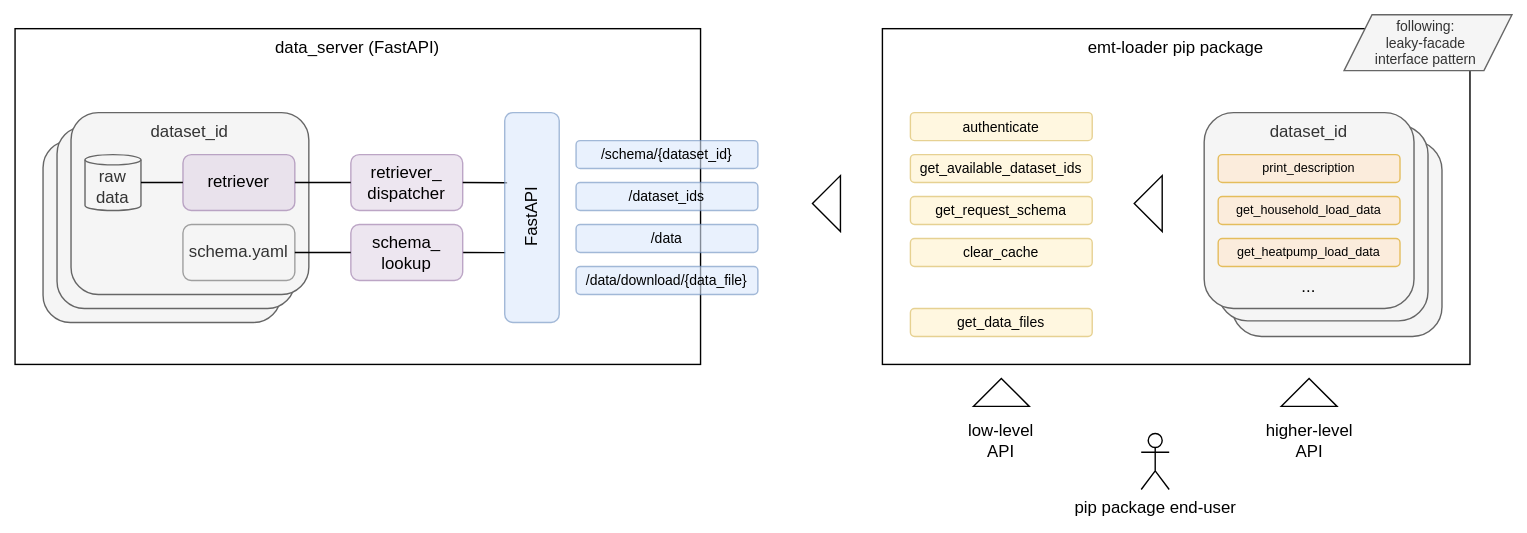
Above: others/system_overview_model.svg in plaume8/common-fetch (draw.io), before the change. Source tidied: cells renumbered, new cells last; positions are measured from the earlier drawing's top-left corner, leaving out a move shared by most shapes. Its diagram source:
```xml
<mxGraphModel>
  <root>
    <mxCell id="0" />
    <mxCell id="1" parent="0" />
    <mxCell id="2" value="emt-loader pip package" style="rounded=0;whiteSpace=wrap;html=1;verticalAlign=top;" parent="1" vertex="1">
      <mxGeometry x="620" y="10" width="420" height="240" as="geometry" />
    </mxCell>
    <mxCell id="3" value="data_server (FastAPI)" style="rounded=0;whiteSpace=wrap;html=1;verticalAlign=top;" parent="1" vertex="1">
      <mxGeometry y="10" width="490" height="240" as="geometry" />
    </mxCell>
    <mxCell id="4" style="rounded=1;whiteSpace=wrap;html=1;fillColor=#f5f5f5;strokeColor=#666666;fontColor=#333333;verticalAlign=top;" parent="1" vertex="1">
      <mxGeometry x="20" y="90" width="170" height="130" as="geometry" />
    </mxCell>
    <mxCell id="5" style="rounded=1;whiteSpace=wrap;html=1;fillColor=#f5f5f5;strokeColor=#666666;fontColor=#333333;verticalAlign=top;" parent="1" vertex="1">
      <mxGeometry x="30" y="80" width="170" height="130" as="geometry" />
    </mxCell>
    <mxCell id="6" value="&lt;div&gt;&lt;span style=&quot;background-color: transparent; color: light-dark(rgb(0, 0, 0), rgb(255, 255, 255));&quot;&gt;retriever_&lt;/span&gt;&lt;/div&gt;&lt;div&gt;dispatcher&lt;/div&gt;" style="rounded=1;whiteSpace=wrap;html=1;opacity=60;fillColor=#e1d5e7;strokeColor=#9673a6;" parent="1" vertex="1">
      <mxGeometry x="240" y="100" width="80" height="40" as="geometry" />
    </mxCell>
    <mxCell id="7" style="edgeStyle=orthogonalEdgeStyle;rounded=0;jettySize=auto;html=1;exitX=1;exitY=0.5;exitDx=0;exitDy=0;entryX=0.009;entryY=0.664;entryDx=0;entryDy=0;endArrow=none;startFill=0;entryPerimeter=0;" parent="1" edge="1" source="8" target="27">
      <mxGeometry relative="1" as="geometry" />
    </mxCell>
    <mxCell id="8" value="schema_&lt;div&gt;lookup&lt;/div&gt;" style="rounded=1;whiteSpace=wrap;html=1;opacity=60;fillColor=#e1d5e7;strokeColor=#9673a6;" parent="1" vertex="1">
      <mxGeometry x="240" y="150" width="80" height="40" as="geometry" />
    </mxCell>
    <mxCell id="9" value="get_request_schema" style="rounded=1;whiteSpace=wrap;html=1;fontSize=10;fillColor=#fff2cc;strokeColor=#d6b656;opacity=60;" parent="1" vertex="1">
      <mxGeometry x="640" y="130" width="130" height="20" as="geometry" />
    </mxCell>
    <mxCell id="10" value="following:&amp;nbsp;&lt;div&gt;leaky-facade&amp;nbsp;&lt;/div&gt;&lt;div&gt;interface pattern&amp;nbsp;&lt;/div&gt;" style="shape=parallelogram;perimeter=parallelogramPerimeter;whiteSpace=wrap;html=1;fixedSize=1;fillColor=#f5f5f5;strokeColor=#666666;fontSize=10;fontColor=#333333;" parent="1" vertex="1">
      <mxGeometry x="950" width="120" height="40" as="geometry" />
    </mxCell>
    <mxCell id="11" value="get_available_dataset_ids" style="rounded=1;whiteSpace=wrap;html=1;fontSize=10;fillColor=#fff2cc;strokeColor=#d6b656;opacity=60;" parent="1" vertex="1">
      <mxGeometry x="640" y="100" width="130" height="20" as="geometry" />
    </mxCell>
    <mxCell id="12" value="authenticate" style="rounded=1;whiteSpace=wrap;html=1;fontSize=10;fillColor=#fff2cc;strokeColor=#d6b656;opacity=60;" parent="1" vertex="1">
      <mxGeometry x="640" y="70" width="130" height="20" as="geometry" />
    </mxCell>
    <mxCell id="13" value="clear_cache" style="rounded=1;whiteSpace=wrap;html=1;fontSize=10;fillColor=#fff2cc;strokeColor=#d6b656;opacity=60;" parent="1" vertex="1">
      <mxGeometry x="640" y="160" width="130" height="20" as="geometry" />
    </mxCell>
    <mxCell id="14" value="get_data_files" style="rounded=1;whiteSpace=wrap;html=1;fontSize=10;fillColor=#fff2cc;strokeColor=#d6b656;opacity=60;" parent="1" vertex="1">
      <mxGeometry x="640" y="210" width="130" height="20" as="geometry" />
    </mxCell>
    <mxCell id="15" value="/dataset_ids" style="rounded=1;whiteSpace=wrap;html=1;fontSize=10;fillColor=#dae8fc;strokeColor=#6c8ebf;opacity=60;" parent="1" vertex="1">
      <mxGeometry x="401" y="120" width="130" height="20" as="geometry" />
    </mxCell>
    <mxCell id="16" value="/schema/{dataset_id}" style="rounded=1;whiteSpace=wrap;html=1;fontSize=10;fillColor=#dae8fc;strokeColor=#6c8ebf;opacity=60;" parent="1" vertex="1">
      <mxGeometry x="401" y="90" width="130" height="20" as="geometry" />
    </mxCell>
    <mxCell id="17" value="/data" style="rounded=1;whiteSpace=wrap;html=1;fontSize=10;fillColor=#dae8fc;strokeColor=#6c8ebf;opacity=60;" parent="1" vertex="1">
      <mxGeometry x="401" y="150" width="130" height="20" as="geometry" />
    </mxCell>
    <mxCell id="18" value="/data/download/{data_file}" style="rounded=1;whiteSpace=wrap;html=1;fontSize=10;fillColor=#dae8fc;strokeColor=#6c8ebf;opacity=60;" parent="1" vertex="1">
      <mxGeometry x="401" y="180" width="130" height="20" as="geometry" />
    </mxCell>
    <mxCell id="19" style="edgeStyle=orthogonalEdgeStyle;rounded=0;jettySize=auto;html=1;exitX=1;exitY=0.5;exitDx=0;exitDy=0;endArrow=none;startFill=0;entryX=0.043;entryY=0.34;entryDx=0;entryDy=0;entryPerimeter=0;" parent="1" edge="1" source="6" target="27">
      <mxGeometry relative="1" as="geometry">
        <Array as="points">
          <mxPoint x="352" y="120" />
        </Array>
      </mxGeometry>
    </mxCell>
    <mxCell id="20" style="triangle;whiteSpace=wrap;html=1;direction=west;" parent="1" vertex="1">
      <mxGeometry x="570" y="115" width="20" height="40" as="geometry" />
    </mxCell>
    <mxCell id="21" style="triangle;whiteSpace=wrap;html=1;direction=west;" parent="1" vertex="1">
      <mxGeometry x="800" y="115" width="20" height="40" as="geometry" />
    </mxCell>
    <mxCell id="22" value="dataset_id" style="rounded=1;whiteSpace=wrap;html=1;fillColor=#f5f5f5;strokeColor=#666666;fontColor=#333333;verticalAlign=top;" parent="1" vertex="1">
      <mxGeometry x="40" y="70" width="170" height="130" as="geometry" />
    </mxCell>
    <mxCell id="23" value="retriever" style="rounded=1;whiteSpace=wrap;html=1;opacity=60;fillColor=#e1d5e7;strokeColor=#9673a6;" parent="1" vertex="1">
      <mxGeometry x="120" y="100" width="80" height="40" as="geometry" />
    </mxCell>
    <mxCell id="24" value="schema.yaml" style="rounded=1;whiteSpace=wrap;html=1;fillColor=#f5f5f5;strokeColor=#666666;opacity=60;fontColor=#333333;" parent="1" vertex="1">
      <mxGeometry x="120" y="150" width="80" height="40" as="geometry" />
    </mxCell>
    <mxCell id="25" style="edgeStyle=orthogonalEdgeStyle;rounded=0;jettySize=auto;html=1;exitX=0;exitY=0.5;exitDx=0;exitDy=0;entryX=1;entryY=0.5;entryDx=0;entryDy=0;endArrow=none;startFill=0;" parent="1" edge="1" source="8" target="24">
      <mxGeometry relative="1" as="geometry" />
    </mxCell>
    <mxCell id="26" style="edgeStyle=orthogonalEdgeStyle;rounded=0;jettySize=auto;html=1;exitX=0;exitY=0.5;exitDx=0;exitDy=0;entryX=1;entryY=0.5;entryDx=0;entryDy=0;endArrow=none;startFill=0;" parent="1" edge="1" source="6" target="23">
      <mxGeometry relative="1" as="geometry" />
    </mxCell>
    <mxCell id="27" value="FastAPI" style="rounded=1;whiteSpace=wrap;html=1;horizontal=0;fillColor=#dae8fc;strokeColor=#6c8ebf;opacity=60;" parent="1" vertex="1">
      <mxGeometry x="350" y="70" width="39" height="150" as="geometry" />
    </mxCell>
    <mxCell id="28" value="dataset_id" style="rounded=1;whiteSpace=wrap;html=1;fillColor=#f5f5f5;strokeColor=#666666;fontColor=#333333;verticalAlign=top;" parent="1" vertex="1">
      <mxGeometry x="870" y="90" width="150" height="140" as="geometry" />
    </mxCell>
    <mxCell id="29" value="dataset_id" style="rounded=1;whiteSpace=wrap;html=1;fillColor=#f5f5f5;strokeColor=#666666;fontColor=#333333;verticalAlign=top;" parent="1" vertex="1">
      <mxGeometry x="860" y="78.8" width="150" height="140" as="geometry" />
    </mxCell>
    <mxCell id="30" value="dataset_id" style="rounded=1;whiteSpace=wrap;html=1;fillColor=#f5f5f5;strokeColor=#666666;fontColor=#333333;verticalAlign=top;" parent="1" vertex="1">
      <mxGeometry x="850" y="70" width="150" height="140" as="geometry" />
    </mxCell>
    <mxCell id="31" value="get_heatpump_load_data" style="rounded=1;whiteSpace=wrap;html=1;fontSize=9;fillColor=#ffe6cc;strokeColor=#d79b00;opacity=60;" parent="1" vertex="1">
      <mxGeometry x="860" y="160" width="130" height="20" as="geometry" />
    </mxCell>
    <mxCell id="32" value="get_household_load_data" style="rounded=1;whiteSpace=wrap;html=1;fontSize=9;fillColor=#ffe6cc;strokeColor=#d79b00;opacity=60;" parent="1" vertex="1">
      <mxGeometry x="860" y="130" width="130" height="20" as="geometry" />
    </mxCell>
    <mxCell id="33" value="print_description" style="rounded=1;whiteSpace=wrap;html=1;fontSize=9;fillColor=#ffe6cc;strokeColor=#d79b00;opacity=60;" parent="1" vertex="1">
      <mxGeometry x="860" y="100" width="130" height="20" as="geometry" />
    </mxCell>
    <mxCell id="34" value="..." style="text;html=1;align=center;verticalAlign=middle;whiteSpace=wrap;rounded=0;" parent="1" vertex="1">
      <mxGeometry x="895" y="180" width="60" height="30" as="geometry" />
    </mxCell>
    <mxCell id="35" style="triangle;whiteSpace=wrap;html=1;direction=west;rotation=90;" parent="1" vertex="1">
      <mxGeometry x="695" y="250" width="20" height="40" as="geometry" />
    </mxCell>
    <mxCell id="36" style="triangle;whiteSpace=wrap;html=1;direction=west;rotation=90;" parent="1" vertex="1">
      <mxGeometry x="915" y="250" width="20" height="40" as="geometry" />
    </mxCell>
    <mxCell id="37" value="low-level API" style="text;html=1;align=center;verticalAlign=middle;whiteSpace=wrap;rounded=0;" parent="1" vertex="1">
      <mxGeometry x="675" y="290" width="60" height="30" as="geometry" />
    </mxCell>
    <mxCell id="38" value="higher-level API" style="text;html=1;align=center;verticalAlign=middle;whiteSpace=wrap;rounded=0;" parent="1" vertex="1">
      <mxGeometry x="892.5" y="290" width="65" height="30" as="geometry" />
    </mxCell>
    <mxCell id="39" value="pip package end-user" style="shape=umlActor;verticalLabelPosition=bottom;verticalAlign=top;html=1;" parent="1" vertex="1">
      <mxGeometry x="805" y="299.4" width="20" height="40" as="geometry" />
    </mxCell>
    <mxCell id="40" value="raw data" style="shape=cylinder3;whiteSpace=wrap;html=1;boundedLbl=1;backgroundOutline=1;size=3.6666666666666003;fillColor=#f5f5f5;fontColor=#333333;strokeColor=#666666;" parent="1" vertex="1">
      <mxGeometry x="50" y="100" width="40" height="40" as="geometry" />
    </mxCell>
    <mxCell id="41" style="edgeStyle=orthogonalEdgeStyle;rounded=0;jettySize=auto;html=1;exitX=0;exitY=0.5;exitDx=0;exitDy=0;entryX=1;entryY=0.5;entryDx=0;entryDy=0;entryPerimeter=0;endArrow=none;startFill=0;" parent="1" edge="1" source="23" target="40">
      <mxGeometry relative="1" as="geometry" />
    </mxCell>
  </root>
</mxGraphModel>
```
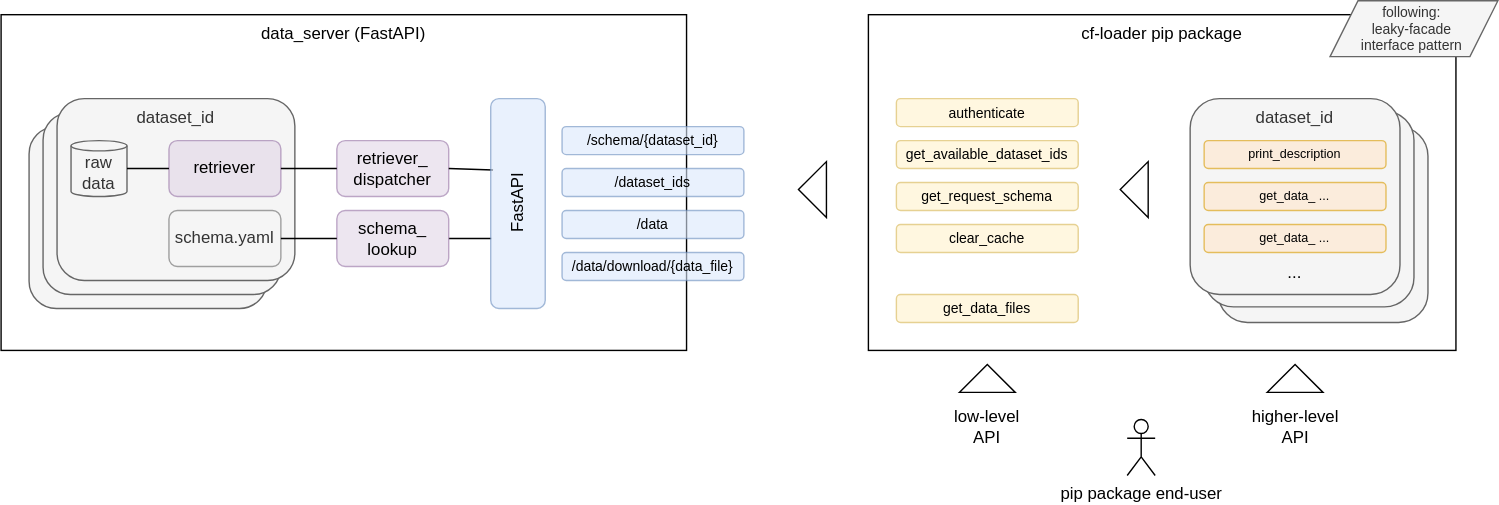
Later version of the same file.

What changed in the source:
```diff
@@ -2,7 +2,7 @@
   <root>
     <mxCell id="0" />
     <mxCell id="1" parent="0" />
-    <mxCell id="2" value="emt-loader pip package" style="rounded=0;whiteSpace=wrap;html=1;verticalAlign=top;" parent="1" vertex="1">
+    <mxCell id="2" value="cf-loader pip package" style="rounded=0;whiteSpace=wrap;html=1;verticalAlign=top;" parent="1" vertex="1">
       <mxGeometry x="620" y="10" width="420" height="240" as="geometry" />
     </mxCell>
     <mxCell id="3" value="data_server (FastAPI)" style="rounded=0;whiteSpace=wrap;html=1;verticalAlign=top;" parent="1" vertex="1">
@@ -93,10 +93,10 @@
     <mxCell id="30" value="dataset_id" style="rounded=1;whiteSpace=wrap;html=1;fillColor=#f5f5f5;strokeColor=#666666;fontColor=#333333;verticalAlign=top;" parent="1" vertex="1">
       <mxGeometry x="850" y="70" width="150" height="140" as="geometry" />
     </mxCell>
-    <mxCell id="31" value="get_heatpump_load_data" style="rounded=1;whiteSpace=wrap;html=1;fontSize=9;fillColor=#ffe6cc;strokeColor=#d79b00;opacity=60;" parent="1" vertex="1">
+    <mxCell id="31" value="get_data_ ..." style="rounded=1;whiteSpace=wrap;html=1;fontSize=9;fillColor=#ffe6cc;strokeColor=#d79b00;opacity=60;" parent="1" vertex="1">
       <mxGeometry x="860" y="160" width="130" height="20" as="geometry" />
     </mxCell>
-    <mxCell id="32" value="get_household_load_data" style="rounded=1;whiteSpace=wrap;html=1;fontSize=9;fillColor=#ffe6cc;strokeColor=#d79b00;opacity=60;" parent="1" vertex="1">
+    <mxCell id="32" value="get_data_ ..." style="rounded=1;whiteSpace=wrap;html=1;fontSize=9;fillColor=#ffe6cc;strokeColor=#d79b00;opacity=60;" parent="1" vertex="1">
       <mxGeometry x="860" y="130" width="130" height="20" as="geometry" />
     </mxCell>
     <mxCell id="33" value="print_description" style="rounded=1;whiteSpace=wrap;html=1;fontSize=9;fillColor=#ffe6cc;strokeColor=#d79b00;opacity=60;" parent="1" vertex="1">
```
